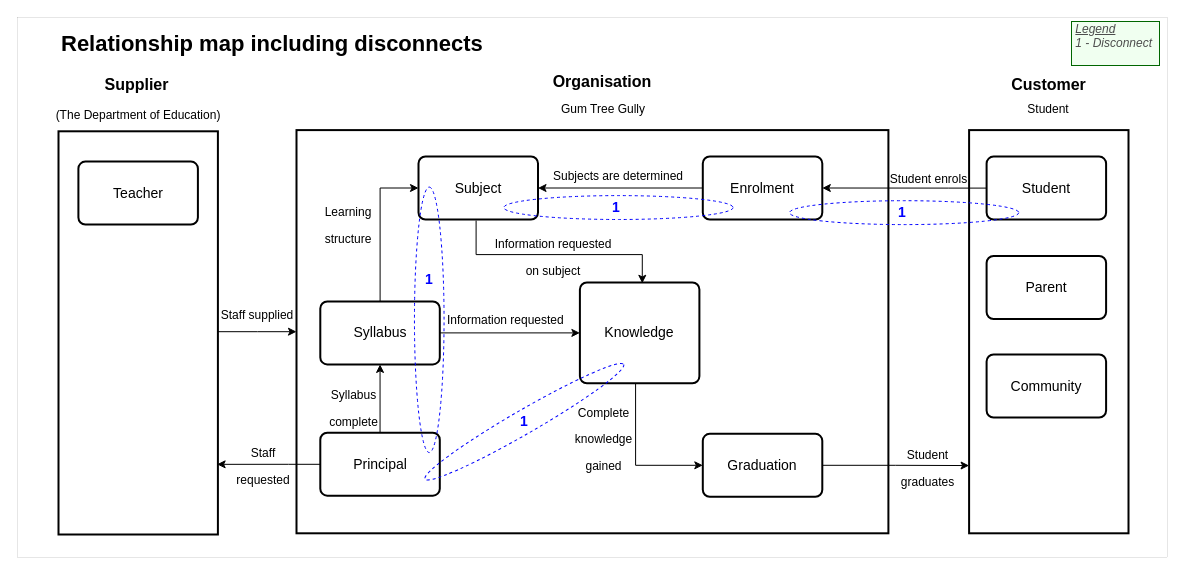
This is page "Relationship_Map_Disconnect" (2 of 6) of All_Maps_A1.drawio from SRMITGit/diagrams, a draw.io file, before an edit. Source tidied: cells renumbered, new cells numbered last; positions are measured from the earlier drawing's top-left corner, leaving out a move shared by most shapes. Both pictures are drawn from the tidied source at 100%, with x=0, y=0 at pixel (17, 17).
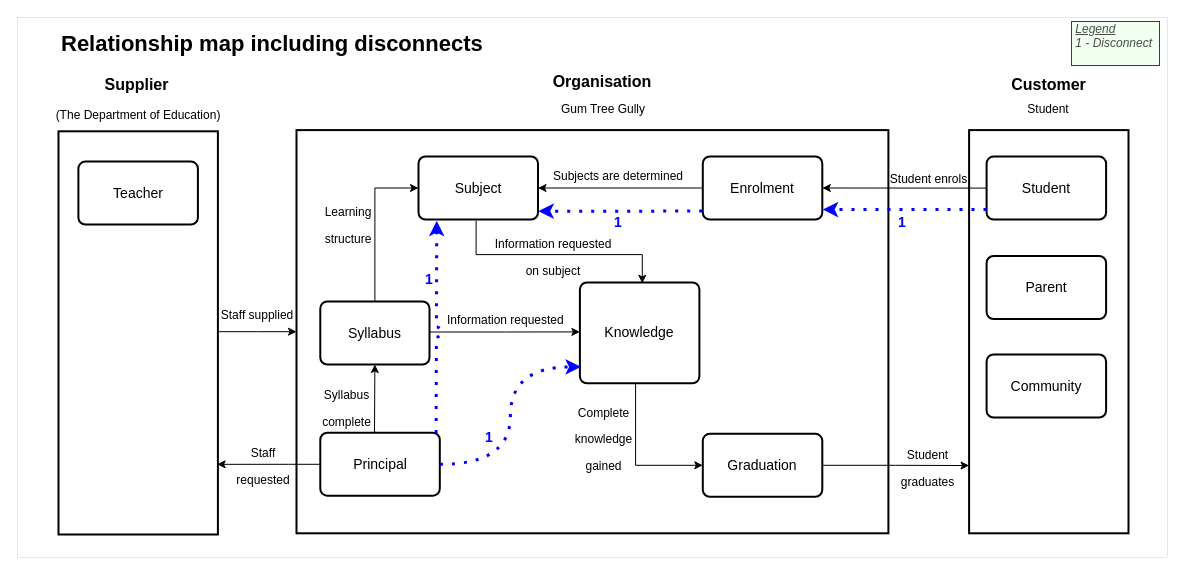
Above is the later version.

The change refers to these unchanged cells:
```xml
<mxCell id="10" value="&lt;font style=&quot;font-size: 14px&quot;&gt;Subject&lt;/font&gt;" style="rounded=1;whiteSpace=wrap;html=1;absoluteArcSize=1;arcSize=14;strokeWidth=2;" parent="1" vertex="1">
  <mxGeometry x="401" y="139" width="119.5" height="63" as="geometry" />
</mxCell>
<mxCell id="13" value="&lt;font style=&quot;font-size: 14px&quot;&gt;Enrolment&lt;/font&gt;" style="rounded=1;whiteSpace=wrap;html=1;absoluteArcSize=1;arcSize=14;strokeWidth=2;" parent="1" vertex="1">
  <mxGeometry x="685.3" y="139" width="119.5" height="63" as="geometry" />
</mxCell>
<mxCell id="17" value="&lt;font style=&quot;font-size: 14px&quot;&gt;Knowledge&lt;/font&gt;" style="rounded=1;whiteSpace=wrap;html=1;absoluteArcSize=1;arcSize=14;strokeWidth=2;strokeColor=#000000;" parent="1" vertex="1">
  <mxGeometry x="562.4" y="265" width="119.5" height="100.8" as="geometry" />
</mxCell>
<mxCell id="27" value="&lt;font style=&quot;font-size: 14px&quot;&gt;Principal&lt;/font&gt;" style="rounded=1;whiteSpace=wrap;html=1;absoluteArcSize=1;arcSize=14;strokeWidth=2;" parent="1" vertex="1">
  <mxGeometry x="302.8" y="415.2" width="119.5" height="63" as="geometry" />
</mxCell>
```

The edit, as a diff of the source:
```diff
@@
-    <mxCell id="22" style="edgeStyle=orthogonalEdgeStyle;rounded=0;jettySize=auto;html=1;fontSize=14;" parent="1" edge="1" source="24" target="17">
-      <mxGeometry relative="1" as="geometry" />
+    <mxCell id="22" style="edgeStyle=orthogonalEdgeStyle;rounded=0;orthogonalLoop=1;jettySize=auto;html=1;fontSize=14;jumpStyle=none;" parent="1" edge="1">
+      <mxGeometry relative="1" as="geometry">
+        <mxPoint x="412" y="314.5" as="sourcePoint" />
+        <mxPoint x="562.4" y="314.4" as="targetPoint" />
+        <Array as="points">
+          <mxPoint x="487" y="314" />
+          <mxPoint x="562" y="314" />
+        </Array>
+      </mxGeometry>
     </mxCell>
@@
     <mxCell id="24" value="&lt;font style=&quot;font-size: 14px&quot;&gt;Syllabus&lt;/font&gt;" style="rounded=1;whiteSpace=wrap;html=1;absoluteArcSize=1;arcSize=14;strokeWidth=2;" parent="1" vertex="1">
-      <mxGeometry x="302.8" y="283.9" width="119.5" height="63" as="geometry" />
+      <mxGeometry x="302.8" y="284" width="109.2" height="63" as="geometry" />
     </mxCell>
@@
-    <mxCell id="26" style="edgeStyle=orthogonalEdgeStyle;rounded=0;jettySize=auto;html=1;fontFamily=Helvetica;fontSize=14;" parent="1" edge="1" source="27" target="24">
-      <mxGeometry relative="1" as="geometry" />
+    <mxCell id="26" style="edgeStyle=orthogonalEdgeStyle;jumpStyle=arc;jettySize=auto;html=1;entryX=0.5;entryY=1;entryDx=0;entryDy=0;rounded=0;" parent="1" edge="1" source="27" target="24">
+      <mxGeometry relative="1" as="geometry">
+        <Array as="points">
+          <mxPoint x="357" y="381" />
+          <mxPoint x="357" y="381" />
+        </Array>
+      </mxGeometry>
     </mxCell>
@@
     <mxCell id="34" value="&lt;font style=&quot;font-size: 12px&quot;&gt;Syllabus complete&lt;/font&gt;" style="text;html=1;strokeColor=none;fillColor=none;align=center;verticalAlign=middle;whiteSpace=wrap;rounded=0;dashed=1;fontFamily=Helvetica;fontSize=22;" parent="1" vertex="1">
-      <mxGeometry x="301" y="365.8" width="71" height="44.1" as="geometry" />
+      <mxGeometry x="294" y="365.8" width="71" height="44.1" as="geometry" />
     </mxCell>
@@
-    <mxCell id="43" style="ellipse;whiteSpace=wrap;html=1;fontSize=14;fillColor=none;dashed=1;rotation=-30;strokeColor=#0000FF;" parent="1" vertex="1">
-      <mxGeometry x="392.2" y="392.3" width="229.3" height="23.9" as="geometry" />
-    </mxCell>
-    <mxCell id="44" style="ellipse;whiteSpace=wrap;html=1;fontSize=14;fillColor=none;dashed=1;rotation=-90;strokeColor=#0000FF;" parent="1" vertex="1">
-      <mxGeometry x="279" y="287.5" width="265.5" height="29.6" as="geometry" />
-    </mxCell>
@@
     <mxCell id="46" value="1" style="text;html=1;strokeColor=none;fillColor=none;align=center;verticalAlign=middle;whiteSpace=wrap;rounded=0;dashed=1;fontSize=14;fontColor=#0000FF;fontStyle=1;" parent="1" vertex="1">
-      <mxGeometry x="496.8" y="392.3" width="20" height="23" as="geometry" />
+      <mxGeometry x="462" y="408.2" width="20" height="23" as="geometry" />
     </mxCell>
@@
-    <mxCell id="48" style="ellipse;whiteSpace=wrap;html=1;fontSize=14;fillColor=none;dashed=1;rotation=0;strokeColor=#0000FF;" parent="1" vertex="1">
-      <mxGeometry x="772" y="183.2" width="229.3" height="23.9" as="geometry" />
-    </mxCell>
     <mxCell id="49" value="1" style="text;html=1;strokeColor=none;fillColor=none;align=center;verticalAlign=middle;whiteSpace=wrap;rounded=0;dashed=1;fontSize=14;fontColor=#0000FF;fontStyle=1;" parent="1" vertex="1">
-      <mxGeometry x="874.7" y="183.2" width="20" height="23" as="geometry" />
+      <mxGeometry x="874.7" y="193.6" width="20" height="23" as="geometry" />
     </mxCell>
-    <mxCell id="50" style="ellipse;whiteSpace=wrap;html=1;fontSize=14;fillColor=none;dashed=1;rotation=0;strokeColor=#0000FF;" parent="1" vertex="1">
-      <mxGeometry x="486.3" y="178.1" width="229.3" height="23.9" as="geometry" />
-    </mxCell>
     <mxCell id="51" value="1" style="text;html=1;strokeColor=none;fillColor=none;align=center;verticalAlign=middle;whiteSpace=wrap;rounded=0;dashed=1;fontSize=14;fontColor=#0000FF;fontStyle=1;" parent="1" vertex="1">
-      <mxGeometry x="589" y="178.1" width="20" height="23" as="geometry" />
+      <mxGeometry x="591" y="193.6" width="20" height="23" as="geometry" />
     </mxCell>
+    <mxCell id="52" style="edgeStyle=orthogonalEdgeStyle;rounded=0;jettySize=auto;html=1;fontSize=12;fontColor=#4D4D4D;strokeColor=#0000FF;dashed=1;dashPattern=1 3;strokeWidth=3;exitX=0.969;exitY=0.003;exitDx=0;exitDy=0;exitPerimeter=0;entryX=0.153;entryY=1.02;entryDx=0;entryDy=0;entryPerimeter=0;jumpStyle=arc;" parent="1" edge="1" source="27" target="10">
+      <mxGeometry relative="1" as="geometry" />
+    </mxCell>
+    <mxCell id="53" style="edgeStyle=orthogonalEdgeStyle;rounded=0;jettySize=auto;html=1;fontSize=12;fontColor=#4D4D4D;strokeColor=#0000FF;dashed=1;dashPattern=1 3;strokeWidth=3;entryX=1.004;entryY=0.842;entryDx=0;entryDy=0;entryPerimeter=0;" parent="1" edge="1" target="13">
+      <mxGeometry relative="1" as="geometry">
+        <mxPoint x="969" y="192" as="sourcePoint" />
+        <Array as="points">
+          <mxPoint x="969" y="192" />
+        </Array>
+      </mxGeometry>
+    </mxCell>
+    <mxCell id="54" style="edgeStyle=orthogonalEdgeStyle;rounded=0;orthogonalLoop=1;jettySize=auto;html=1;fontSize=12;fontColor=#4D4D4D;strokeColor=#0000FF;dashed=1;dashPattern=1 3;strokeWidth=3;entryX=1.004;entryY=0.842;entryDx=0;entryDy=0;entryPerimeter=0;" parent="1" edge="1">
+      <mxGeometry relative="1" as="geometry">
+        <mxPoint x="684.7" y="193.6" as="sourcePoint" />
+        <mxPoint x="521" y="193.7" as="targetPoint" />
+        <Array as="points">
+          <mxPoint x="684.7" y="193.6" />
+        </Array>
+      </mxGeometry>
+    </mxCell>
+    <mxCell id="55" style="edgeStyle=orthogonalEdgeStyle;jettySize=auto;html=1;fontSize=12;fontColor=#4D4D4D;strokeColor=#0000FF;dashed=1;dashPattern=1 3;strokeWidth=3;exitX=1;exitY=0.5;exitDx=0;exitDy=0;curved=1;entryX=0.008;entryY=0.837;entryDx=0;entryDy=0;entryPerimeter=0;" parent="1" edge="1" target="17">
+      <mxGeometry relative="1" as="geometry">
+        <mxPoint x="422.3" y="446.7" as="sourcePoint" />
+      </mxGeometry>
+    </mxCell>
```
